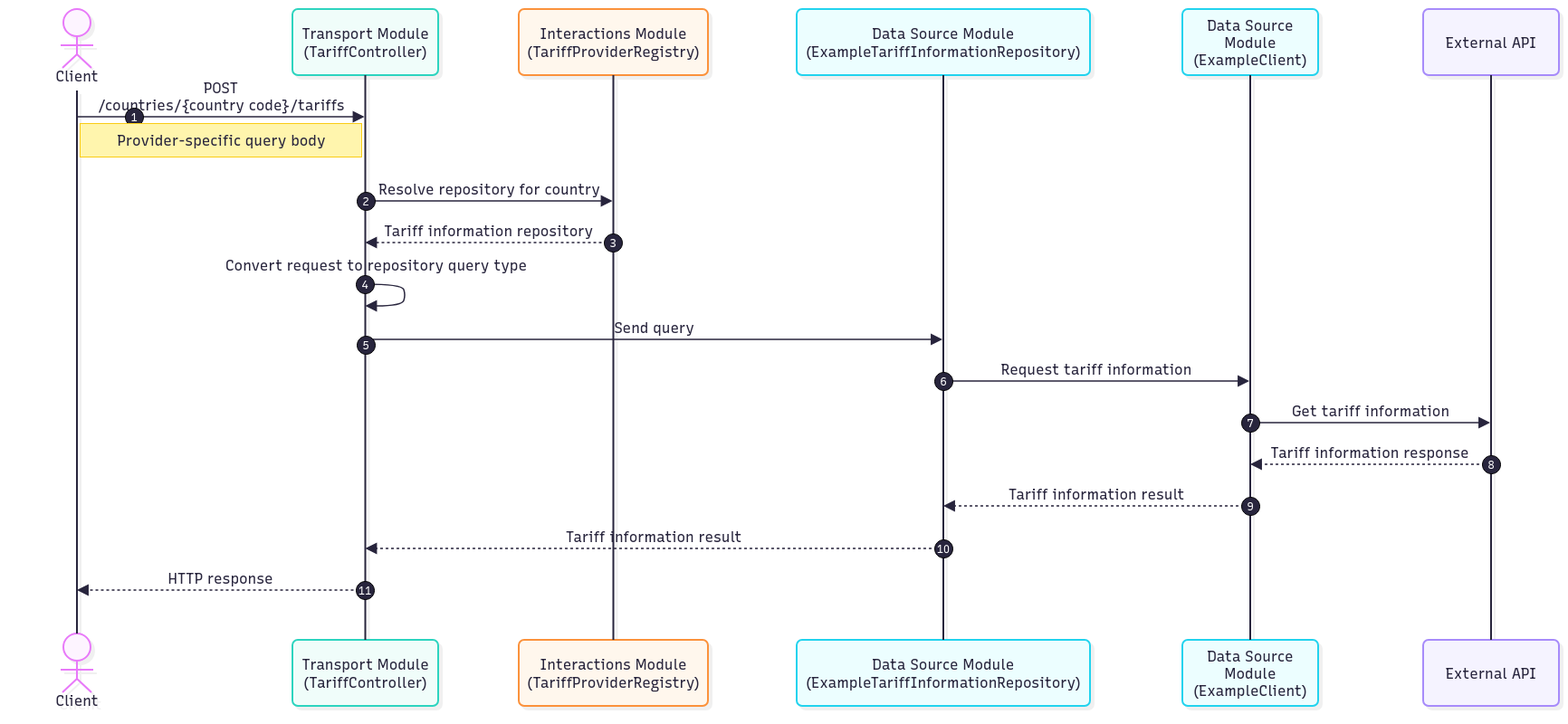
Earlier version of the draw.io export docs/public/images/DFD_implicit_flexibility.png (eddie-energy/implicit-flexibility). Source tidied: cells renumbered, new cells last; positions are measured from the earlier drawing's top-left corner, leaving out a move shared by most shapes.
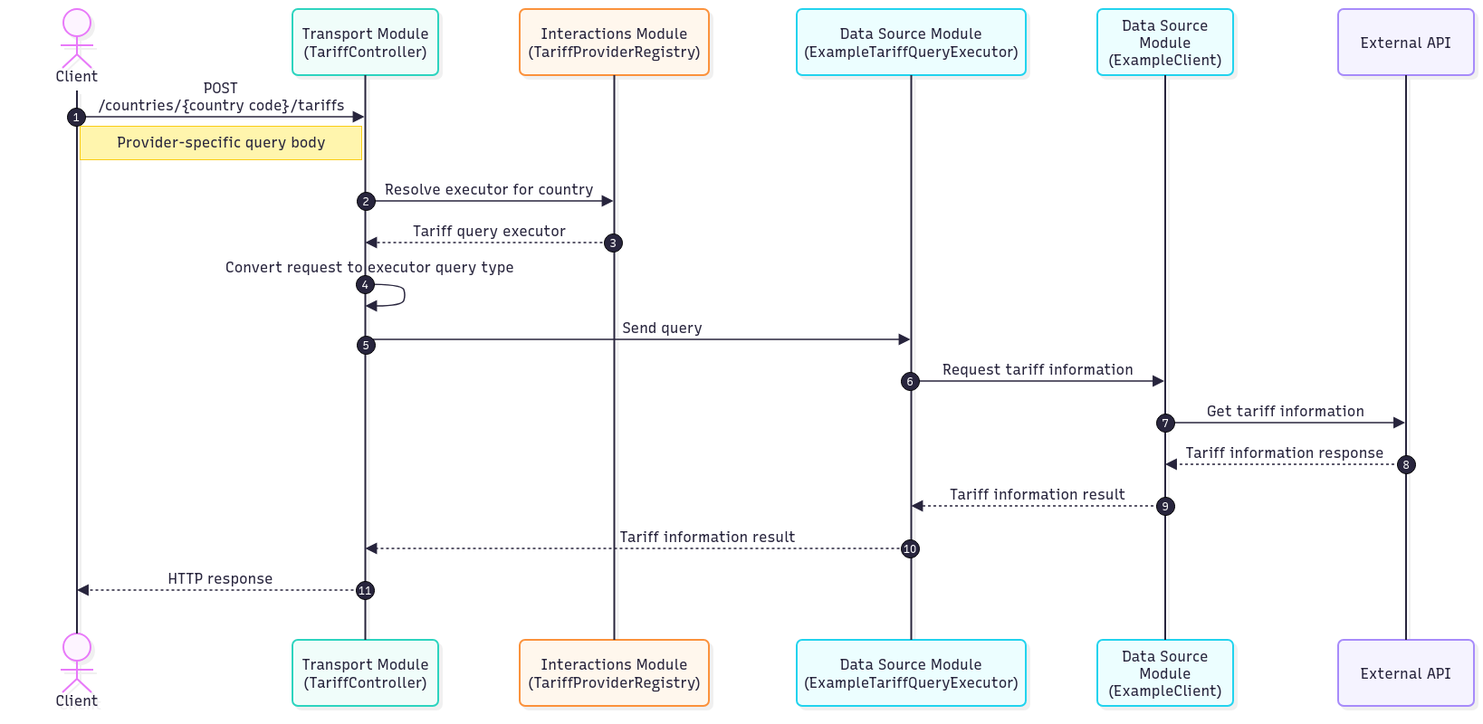
After the commit.

The edit, as a diff of the source:
```diff
@@ -6,140 +6,142 @@
       <mxGeometry x="33" as="geometry" />
     </mxCell>
     <mxCell id="3" value="Client" style="html=1;shape=umlLifeline;perimeter=lifelinePerimeter;whiteSpace=wrap;outlineConnect=0;portConstraint=eastwest;newEdgeStyle={&quot;edgeStyle&quot;:&quot;sequenceEdgeStyle&quot;,&quot;libavoidRouting&quot;:0,&quot;curved&quot;:0,&quot;rounded&quot;:0};lifelineDashed=0;strokeWidth=2;rounded=1;absoluteArcSize=1;arcSize=12;lifelineColor=#28253D;fillColor=#FDF4FF;strokeColor=#E879F9;fontColor=#28253D;participant=seqActorStick;verticalAlign=bottom;align=center;spacingBottom=4;size=90;lifelineMirror=1;fontFamily=Recursive;fontSize=16;shadow=1;shadowColor=#000000;shadowOffsetX=4;shadowOffsetY=4;shadowBlur=0;shadowOpacity=6;fontSource=https%3A%2F%2Ffonts.googleapis.com%2Fcss%3Ffamily%3DRecursive;" parent="2" vertex="1">
-      <mxGeometry x="-33" y="30" width="150" height="780" as="geometry" />
+      <mxGeometry x="-22" y="30" width="150" height="780" as="geometry" />
     </mxCell>
     <mxCell id="4" value="&lt;div&gt;Transport Module&lt;/div&gt;&lt;div&gt;(TariffController)&lt;/div&gt;" style="html=1;shape=umlLifeline;perimeter=lifelinePerimeter;whiteSpace=wrap;outlineConnect=0;portConstraint=eastwest;newEdgeStyle={&quot;edgeStyle&quot;:&quot;sequenceEdgeStyle&quot;,&quot;libavoidRouting&quot;:0,&quot;curved&quot;:0,&quot;rounded&quot;:0};lifelineDashed=0;strokeWidth=2;rounded=1;absoluteArcSize=1;arcSize=12;lifelineColor=#28253D;fillColor=#F0FDFA;strokeColor=#2DD4BF;fontColor=#28253D;size=73;lifelineMirror=1;fontFamily=Recursive;fontSize=16;shadow=1;shadowColor=#000000;shadowOffsetX=4;shadowOffsetY=4;shadowBlur=0;shadowOpacity=6;fontSource=https%3A%2F%2Ffonts.googleapis.com%2Fcss%3Ffamily%3DRecursive;" parent="2" vertex="1">
-      <mxGeometry x="280" y="30" width="161" height="770" as="geometry" />
+      <mxGeometry x="291" y="30" width="161" height="770" as="geometry" />
     </mxCell>
     <mxCell id="5" value="&lt;div&gt;Interactions Module&lt;/div&gt;&lt;div&gt;(TariffProviderRegistry)&lt;/div&gt;" style="html=1;shape=umlLifeline;perimeter=lifelinePerimeter;whiteSpace=wrap;outlineConnect=0;portConstraint=eastwest;newEdgeStyle={&quot;edgeStyle&quot;:&quot;sequenceEdgeStyle&quot;,&quot;libavoidRouting&quot;:0,&quot;curved&quot;:0,&quot;rounded&quot;:0};lifelineDashed=0;strokeWidth=2;rounded=1;absoluteArcSize=1;arcSize=12;lifelineColor=#28253D;fillColor=#FFF7ED;strokeColor=#FB923C;fontColor=#28253D;size=73;lifelineMirror=1;fontFamily=Recursive;fontSize=16;shadow=1;shadowColor=#000000;shadowOffsetX=4;shadowOffsetY=4;shadowBlur=0;shadowOpacity=6;fontSource=https%3A%2F%2Ffonts.googleapis.com%2Fcss%3Ffamily%3DRecursive;" parent="2" vertex="1">
-      <mxGeometry x="530" y="30" width="209" height="770" as="geometry" />
+      <mxGeometry x="542" y="30" width="209" height="770" as="geometry" />
     </mxCell>
-    <mxCell id="6" value="&lt;div&gt;Data Source Module&lt;/div&gt;&lt;div&gt;(ExampleTariffInformationRepository)&lt;/div&gt;" style="html=1;shape=umlLifeline;perimeter=lifelinePerimeter;whiteSpace=wrap;outlineConnect=0;portConstraint=eastwest;newEdgeStyle={&quot;edgeStyle&quot;:&quot;sequenceEdgeStyle&quot;,&quot;libavoidRouting&quot;:0,&quot;curved&quot;:0,&quot;rounded&quot;:0};lifelineDashed=0;strokeWidth=2;rounded=1;absoluteArcSize=1;arcSize=12;lifelineColor=#28253D;fillColor=#ECFEFF;strokeColor=#22D3EE;fontColor=#28253D;size=73;lifelineMirror=1;fontFamily=Recursive;fontSize=16;shadow=1;shadowColor=#000000;shadowOffsetX=4;shadowOffsetY=4;shadowBlur=0;shadowOpacity=6;fontSource=https%3A%2F%2Ffonts.googleapis.com%2Fcss%3Ffamily%3DRecursive;" parent="2" vertex="1">
-      <mxGeometry x="837" y="30" width="324" height="770" as="geometry" />
+    <mxCell id="6" value="&lt;div&gt;Data Source Module&lt;/div&gt;&lt;div&gt;(ExampleTariffQueryExecutor)&lt;/div&gt;" style="html=1;shape=umlLifeline;perimeter=lifelinePerimeter;whiteSpace=wrap;outlineConnect=0;portConstraint=eastwest;newEdgeStyle={&quot;edgeStyle&quot;:&quot;sequenceEdgeStyle&quot;,&quot;libavoidRouting&quot;:0,&quot;curved&quot;:0,&quot;rounded&quot;:0};lifelineDashed=0;strokeWidth=2;rounded=1;absoluteArcSize=1;arcSize=12;lifelineColor=#28253D;fillColor=#ECFEFF;strokeColor=#22D3EE;fontColor=#28253D;size=73;lifelineMirror=1;fontFamily=Recursive;fontSize=16;shadow=1;shadowColor=#000000;shadowOffsetX=4;shadowOffsetY=4;shadowBlur=0;shadowOpacity=6;fontSource=https%3A%2F%2Ffonts.googleapis.com%2Fcss%3Ffamily%3DRecursive;" parent="2" vertex="1">
+      <mxGeometry x="848" y="30" width="253" height="770" as="geometry" />
     </mxCell>
     <mxCell id="7" value="&lt;div&gt;Data Source Module&lt;/div&gt;&lt;div&gt;(ExampleClient)&lt;/div&gt;" style="html=1;shape=umlLifeline;perimeter=lifelinePerimeter;whiteSpace=wrap;outlineConnect=0;portConstraint=eastwest;newEdgeStyle={&quot;edgeStyle&quot;:&quot;sequenceEdgeStyle&quot;,&quot;libavoidRouting&quot;:0,&quot;curved&quot;:0,&quot;rounded&quot;:0};lifelineDashed=0;strokeWidth=2;rounded=1;absoluteArcSize=1;arcSize=12;lifelineColor=#28253D;fillColor=#ECFEFF;strokeColor=#22D3EE;fontColor=#28253D;size=73;lifelineMirror=1;fontFamily=Recursive;fontSize=16;shadow=1;shadowColor=#000000;shadowOffsetX=4;shadowOffsetY=4;shadowBlur=0;shadowOpacity=6;fontSource=https%3A%2F%2Ffonts.googleapis.com%2Fcss%3Ffamily%3DRecursive;align=center;verticalAlign=middle;" parent="2" vertex="1">
-      <mxGeometry x="1263" y="30" width="150" height="770" as="geometry" />
+      <mxGeometry x="1180" y="30" width="150" height="770" as="geometry" />
     </mxCell>
     <mxCell id="8" value="External API" style="html=1;shape=umlLifeline;perimeter=lifelinePerimeter;whiteSpace=wrap;outlineConnect=0;portConstraint=eastwest;newEdgeStyle={&quot;edgeStyle&quot;:&quot;sequenceEdgeStyle&quot;,&quot;libavoidRouting&quot;:0,&quot;curved&quot;:0,&quot;rounded&quot;:0};lifelineDashed=0;strokeWidth=2;rounded=1;absoluteArcSize=1;arcSize=12;lifelineColor=#28253D;fillColor=#F5F3FF;strokeColor=#A78BFA;fontColor=#28253D;size=73;lifelineMirror=1;fontFamily=Recursive;fontSize=16;shadow=1;shadowColor=#000000;shadowOffsetX=4;shadowOffsetY=4;shadowBlur=0;shadowOpacity=6;fontSource=https%3A%2F%2Ffonts.googleapis.com%2Fcss%3Ffamily%3DRecursive;" parent="2" vertex="1">
-      <mxGeometry x="1529" y="30" width="150" height="770" as="geometry" />
+      <mxGeometry x="1446" y="30" width="150" height="770" as="geometry" />
     </mxCell>
     <mxCell id="9" value="POST&#10;/countries/{country code}/tariffs" style="endArrow=block;endSize=9;verticalAlign=bottom;spacingBottom=2;edgeStyle=sequenceEdgeStyle;libavoidRouting=0;curved=0;rounded=0;fontSize=16;labelBackgroundColor=none;strokeWidth=1.5;strokeColor=#28253D;fontColor=#28253D;fontFamily=Recursive;fontSource=https%3A%2F%2Ffonts.googleapis.com%2Fcss%3Ffamily%3DRecursive;" parent="2" edge="1" source="3" target="4">
       <mxGeometry relative="1" as="geometry">
         <Array as="points">
-          <mxPoint x="236" y="149" />
+          <mxPoint x="247" y="149" />
         </Array>
       </mxGeometry>
     </mxCell>
     <mxCell id="10" value="1" style="ellipse;fillColor=#28253D;align=center;verticalAlign=middle;fontColor=#ffffff;fontSize=12;fontFamily=Recursive;fontSource=https%3A%2F%2Ffonts.googleapis.com%2Fcss%3Ffamily%3DRecursive;" parent="2" vertex="1">
-      <mxGeometry x="95" y="139" width="20" height="20" as="geometry" />
+      <mxGeometry x="42" y="139" width="20" height="20" as="geometry" />
     </mxCell>
-    <mxCell id="11" value="Resolve repository for country" style="endArrow=block;endSize=9;verticalAlign=bottom;spacingBottom=2;edgeStyle=sequenceEdgeStyle;libavoidRouting=0;curved=0;rounded=0;fontSize=16;labelBackgroundColor=none;strokeWidth=1.5;strokeColor=#28253D;fontColor=#28253D;fontFamily=Recursive;fontSource=https%3A%2F%2Ffonts.googleapis.com%2Fcss%3Ffamily%3DRecursive;" parent="2" edge="1" source="4" target="5">
+    <mxCell id="11" value="Resolve executor for country" style="endArrow=block;endSize=9;verticalAlign=bottom;spacingBottom=2;edgeStyle=sequenceEdgeStyle;libavoidRouting=0;curved=0;rounded=0;fontSize=16;labelBackgroundColor=none;strokeWidth=1.5;strokeColor=#28253D;fontColor=#28253D;fontFamily=Recursive;fontSource=https%3A%2F%2Ffonts.googleapis.com%2Fcss%3Ffamily%3DRecursive;" parent="2" edge="1" source="4" target="5">
       <mxGeometry relative="1" as="geometry">
         <Array as="points">
-          <mxPoint x="507" y="242" />
+          <mxPoint x="518" y="242" />
         </Array>
       </mxGeometry>
     </mxCell>
     <mxCell id="12" value="2" style="ellipse;fillColor=#28253D;align=center;verticalAlign=middle;fontColor=#ffffff;fontSize=12;fontFamily=Recursive;fontSource=https%3A%2F%2Ffonts.googleapis.com%2Fcss%3Ffamily%3DRecursive;" parent="2" vertex="1">
-      <mxGeometry x="351" y="232" width="20" height="20" as="geometry" />
+      <mxGeometry x="362" y="232" width="20" height="20" as="geometry" />
     </mxCell>
-    <mxCell id="13" value="Tariff information repository" style="dashed=1;fixDash=1;dashPattern=3 3;endArrow=block;endSize=9;verticalAlign=bottom;spacingBottom=2;edgeStyle=sequenceEdgeStyle;libavoidRouting=0;curved=0;rounded=0;fontSize=16;labelBackgroundColor=none;strokeWidth=1.5;strokeColor=#28253D;fontColor=#28253D;fontFamily=Recursive;fontSource=https%3A%2F%2Ffonts.googleapis.com%2Fcss%3Ffamily%3DRecursive;" parent="2" edge="1" source="5" target="4">
+    <mxCell id="13" value="Tariff query executor" style="dashed=1;fixDash=1;dashPattern=3 3;endArrow=block;endSize=9;verticalAlign=bottom;spacingBottom=2;edgeStyle=sequenceEdgeStyle;libavoidRouting=0;curved=0;rounded=0;fontSize=16;labelBackgroundColor=none;strokeWidth=1.5;strokeColor=#28253D;fontColor=#28253D;fontFamily=Recursive;fontSource=https%3A%2F%2Ffonts.googleapis.com%2Fcss%3Ffamily%3DRecursive;" parent="2" edge="1" source="5" target="4">
       <mxGeometry relative="1" as="geometry">
         <Array as="points">
-          <mxPoint x="507" y="288" />
+          <mxPoint x="518" y="288" />
         </Array>
       </mxGeometry>
     </mxCell>
     <mxCell id="14" value="3" style="ellipse;fillColor=#28253D;align=center;verticalAlign=middle;fontColor=#ffffff;fontSize=12;fontFamily=Recursive;fontSource=https%3A%2F%2Ffonts.googleapis.com%2Fcss%3Ffamily%3DRecursive;" parent="2" vertex="1">
-      <mxGeometry x="624" y="278" width="20" height="20" as="geometry" />
+      <mxGeometry x="635" y="278" width="20" height="20" as="geometry" />
     </mxCell>
     <mxCell id="15" style="edgeStyle=sequenceEdgeStyle;libavoidRouting=0;curved=1;endArrow=block;endSize=9;verticalAlign=bottom;align=center;fontSize=16;labelBackgroundColor=none;strokeWidth=1.5;strokeColor=#28253D;fontColor=#28253D;fontFamily=Recursive;fontSource=https%3A%2F%2Ffonts.googleapis.com%2Fcss%3Ffamily%3DRecursive;rounded=0;" parent="2" edge="1" source="4" target="4">
       <mxGeometry relative="1" as="geometry">
         <Array as="points">
-          <mxPoint x="401" y="334" />
-          <mxPoint x="405" y="346" />
-          <mxPoint x="401" y="358" />
+          <mxPoint x="412" y="334" />
+          <mxPoint x="416" y="346" />
+          <mxPoint x="412" y="358" />
         </Array>
       </mxGeometry>
     </mxCell>
-    <mxCell id="16" value="Convert request to repository query type" style="text;html=1;strokeColor=none;fillColor=none;align=center;verticalAlign=middle;fontFamily=Recursive;fontSize=16;fontColor=#28253D;fontSource=https%3A%2F%2Ffonts.googleapis.com%2Fcss%3Ffamily%3DRecursive;" parent="2" vertex="1">
-      <mxGeometry x="272" y="304" width="200" height="18" as="geometry" />
+    <mxCell id="16" value="Convert request to executor query type" style="text;html=1;strokeColor=none;fillColor=none;align=center;verticalAlign=middle;fontFamily=Recursive;fontSize=16;fontColor=#28253D;fontSource=https%3A%2F%2Ffonts.googleapis.com%2Fcss%3Ffamily%3DRecursive;" parent="2" vertex="1">
+      <mxGeometry x="276" y="306" width="200" height="18" as="geometry" />
     </mxCell>
     <mxCell id="17" value="4" style="ellipse;fillColor=#28253D;align=center;verticalAlign=middle;fontColor=#ffffff;fontSize=12;fontFamily=Recursive;fontSource=https%3A%2F%2Ffonts.googleapis.com%2Fcss%3Ffamily%3DRecursive;" parent="2" vertex="1">
-      <mxGeometry x="350" y="324" width="20" height="20" as="geometry" />
+      <mxGeometry x="361" y="324" width="20" height="20" as="geometry" />
     </mxCell>
     <mxCell id="18" value="Send query" style="endArrow=block;endSize=9;verticalAlign=bottom;spacingBottom=2;edgeStyle=sequenceEdgeStyle;libavoidRouting=0;curved=0;rounded=0;fontSize=16;labelBackgroundColor=none;strokeWidth=1.5;strokeColor=#28253D;fontColor=#28253D;fontFamily=Recursive;fontSource=https%3A%2F%2Ffonts.googleapis.com%2Fcss%3Ffamily%3DRecursive;" parent="2" edge="1" source="4" target="6">
-      <mxGeometry relative="1" as="geometry">
+      <mxGeometry x="0.09" relative="1" as="geometry">
         <Array as="points">
-          <mxPoint x="679.2" y="395" />
+          <mxPoint x="690.2" y="395" />
         </Array>
+        <mxPoint x="-1" as="offset" />
       </mxGeometry>
     </mxCell>
     <mxCell id="19" value="5" style="ellipse;fillColor=#28253D;align=center;verticalAlign=middle;fontColor=#ffffff;fontSize=12;fontFamily=Recursive;fontSource=https%3A%2F%2Ffonts.googleapis.com%2Fcss%3Ffamily%3DRecursive;" parent="2" vertex="1">
-      <mxGeometry x="351" y="391" width="20" height="20" as="geometry" />
+      <mxGeometry x="362" y="391" width="20" height="20" as="geometry" />
     </mxCell>
     <mxCell id="20" value="Request tariff information" style="endArrow=block;endSize=9;verticalAlign=bottom;spacingBottom=2;edgeStyle=sequenceEdgeStyle;libavoidRouting=0;curved=0;rounded=0;fontSize=16;labelBackgroundColor=none;strokeWidth=1.5;strokeColor=#28253D;fontColor=#28253D;fontFamily=Recursive;fontSource=https%3A%2F%2Ffonts.googleapis.com%2Fcss%3Ffamily%3DRecursive;" parent="2" edge="1" source="6" target="7">
       <mxGeometry relative="1" as="geometry">
         <Array as="points">
-          <mxPoint x="1074.5" y="441" />
+          <mxPoint x="1085.5" y="441" />
         </Array>
       </mxGeometry>
     </mxCell>
     <mxCell id="21" value="6" style="ellipse;fillColor=#28253D;align=center;verticalAlign=middle;fontColor=#ffffff;fontSize=12;fontFamily=Recursive;fontSource=https%3A%2F%2Ffonts.googleapis.com%2Fcss%3Ffamily%3DRecursive;" parent="2" vertex="1">
-      <mxGeometry x="989" y="431" width="20" height="20" as="geometry" />
+      <mxGeometry x="963" y="431" width="20" height="20" as="geometry" />
     </mxCell>
     <mxCell id="22" value="Get tariff information" style="endArrow=block;endSize=9;verticalAlign=bottom;spacingBottom=2;edgeStyle=sequenceEdgeStyle;libavoidRouting=0;curved=0;rounded=0;fontSize=16;labelBackgroundColor=none;strokeWidth=1.5;strokeColor=#28253D;fontColor=#28253D;fontFamily=Recursive;fontSource=https%3A%2F%2Ffonts.googleapis.com%2Fcss%3Ffamily%3DRecursive;" parent="2" edge="1" source="7" target="8">
       <mxGeometry relative="1" as="geometry">
         <Array as="points">
-          <mxPoint x="1470.5" y="487" />
+          <mxPoint x="1387.5" y="487" />
         </Array>
       </mxGeometry>
     </mxCell>
     <mxCell id="23" value="7" style="ellipse;fillColor=#28253D;align=center;verticalAlign=middle;fontColor=#ffffff;fontSize=12;fontFamily=Recursive;fontSource=https%3A%2F%2Ffonts.googleapis.com%2Fcss%3Ffamily%3DRecursive;" parent="2" vertex="1">
-      <mxGeometry x="1328" y="477" width="20" height="20" as="geometry" />
+      <mxGeometry x="1245" y="477" width="20" height="20" as="geometry" />
     </mxCell>
     <mxCell id="24" value="Tariff information response" style="dashed=1;fixDash=1;dashPattern=3 3;endArrow=block;endSize=9;verticalAlign=bottom;spacingBottom=2;edgeStyle=sequenceEdgeStyle;libavoidRouting=0;curved=0;rounded=0;fontSize=16;labelBackgroundColor=none;strokeWidth=1.5;strokeColor=#28253D;fontColor=#28253D;fontFamily=Recursive;fontSource=https%3A%2F%2Ffonts.googleapis.com%2Fcss%3Ffamily%3DRecursive;" parent="2" edge="1" source="8" target="7">
       <mxGeometry relative="1" as="geometry">
         <Array as="points">
-          <mxPoint x="1470.5" y="533" />
+          <mxPoint x="1387.5" y="533" />
         </Array>
       </mxGeometry>
     </mxCell>
     <mxCell id="25" value="8" style="ellipse;fillColor=#28253D;align=center;verticalAlign=middle;fontColor=#ffffff;fontSize=12;fontFamily=Recursive;fontSource=https%3A%2F%2Ffonts.googleapis.com%2Fcss%3Ffamily%3DRecursive;" parent="2" vertex="1">
-      <mxGeometry x="1594" y="523" width="20" height="20" as="geometry" />
+      <mxGeometry x="1511" y="523" width="20" height="20" as="geometry" />
     </mxCell>
     <mxCell id="26" value="Tariff information result" style="dashed=1;fixDash=1;dashPattern=3 3;endArrow=block;endSize=9;verticalAlign=bottom;spacingBottom=2;edgeStyle=sequenceEdgeStyle;libavoidRouting=0;curved=0;rounded=0;fontSize=16;labelBackgroundColor=none;strokeWidth=1.5;strokeColor=#28253D;fontColor=#28253D;fontFamily=Recursive;fontSource=https%3A%2F%2Ffonts.googleapis.com%2Fcss%3Ffamily%3DRecursive;" parent="2" edge="1" source="7" target="6">
       <mxGeometry relative="1" as="geometry">
         <Array as="points">
-          <mxPoint x="1074.5" y="579" />
+          <mxPoint x="1085.5" y="579" />
         </Array>
       </mxGeometry>
     </mxCell>
     <mxCell id="27" value="9" style="ellipse;fillColor=#28253D;align=center;verticalAlign=middle;fontColor=#ffffff;fontSize=12;fontFamily=Recursive;fontSource=https%3A%2F%2Ffonts.googleapis.com%2Fcss%3Ffamily%3DRecursive;" parent="2" vertex="1">
-      <mxGeometry x="1328" y="569" width="20" height="20" as="geometry" />
+      <mxGeometry x="1245" y="569" width="20" height="20" as="geometry" />
     </mxCell>
     <mxCell id="28" value="Tariff information result" style="dashed=1;fixDash=1;dashPattern=3 3;endArrow=block;endSize=9;verticalAlign=bottom;spacingBottom=2;edgeStyle=sequenceEdgeStyle;libavoidRouting=0;curved=0;rounded=0;fontSize=16;labelBackgroundColor=none;strokeWidth=1.5;strokeColor=#28253D;fontColor=#28253D;fontFamily=Recursive;fontSource=https%3A%2F%2Ffonts.googleapis.com%2Fcss%3Ffamily%3DRecursive;" parent="2" edge="1" source="6" target="4">
-      <mxGeometry relative="1" as="geometry">
+      <mxGeometry x="-0.26" relative="1" as="geometry">
         <Array as="points">
-          <mxPoint x="648.8" y="626" />
+          <mxPoint x="659.8" y="626" />
         </Array>
+        <mxPoint x="-1" as="offset" />
       </mxGeometry>
     </mxCell>
     <mxCell id="29" value="10" style="ellipse;fillColor=#28253D;align=center;verticalAlign=middle;fontColor=#ffffff;fontSize=12;fontFamily=Recursive;fontSource=https%3A%2F%2Ffonts.googleapis.com%2Fcss%3Ffamily%3DRecursive;" parent="2" vertex="1">
-      <mxGeometry x="989" y="616" width="20" height="20" as="geometry" />
+      <mxGeometry x="963" y="616" width="20" height="20" as="geometry" />
     </mxCell>
     <mxCell id="30" value="HTTP response" style="dashed=1;fixDash=1;dashPattern=3 3;endArrow=block;endSize=9;verticalAlign=bottom;spacingBottom=2;edgeStyle=sequenceEdgeStyle;libavoidRouting=0;curved=0;rounded=0;fontSize=16;labelBackgroundColor=none;strokeWidth=1.5;strokeColor=#28253D;fontColor=#28253D;fontFamily=Recursive;fontSource=https%3A%2F%2Ffonts.googleapis.com%2Fcss%3Ffamily%3DRecursive;" parent="2" edge="1" source="4" target="3">
       <mxGeometry relative="1" as="geometry">
         <Array as="points">
-          <mxPoint x="200.8" y="672" />
+          <mxPoint x="211.8" y="672" />
         </Array>
       </mxGeometry>
     </mxCell>
     <mxCell id="31" value="11" style="ellipse;fillColor=#28253D;align=center;verticalAlign=middle;fontColor=#ffffff;fontSize=12;fontFamily=Recursive;fontSource=https%3A%2F%2Ffonts.googleapis.com%2Fcss%3Ffamily%3DRecursive;" parent="2" vertex="1">
-      <mxGeometry x="350" y="662" width="20" height="20" as="geometry" />
+      <mxGeometry x="361" y="662" width="20" height="20" as="geometry" />
     </mxCell>
     <mxCell id="32" value="Provider-specific query body" style="html=1;fillColor=#fff5ad;strokeColor=#FACC15;fontColor=#28253D;fontFamily=Recursive;fontSize=16;fontSource=https%3A%2F%2Ffonts.googleapis.com%2Fcss%3Ffamily%3DRecursive;" parent="2" vertex="1">
-      <mxGeometry x="45" y="156" width="311" height="37" as="geometry" />
+      <mxGeometry x="56" y="159" width="311" height="37" as="geometry" />
     </mxCell>
   </root>
 </mxGraphModel>
```
